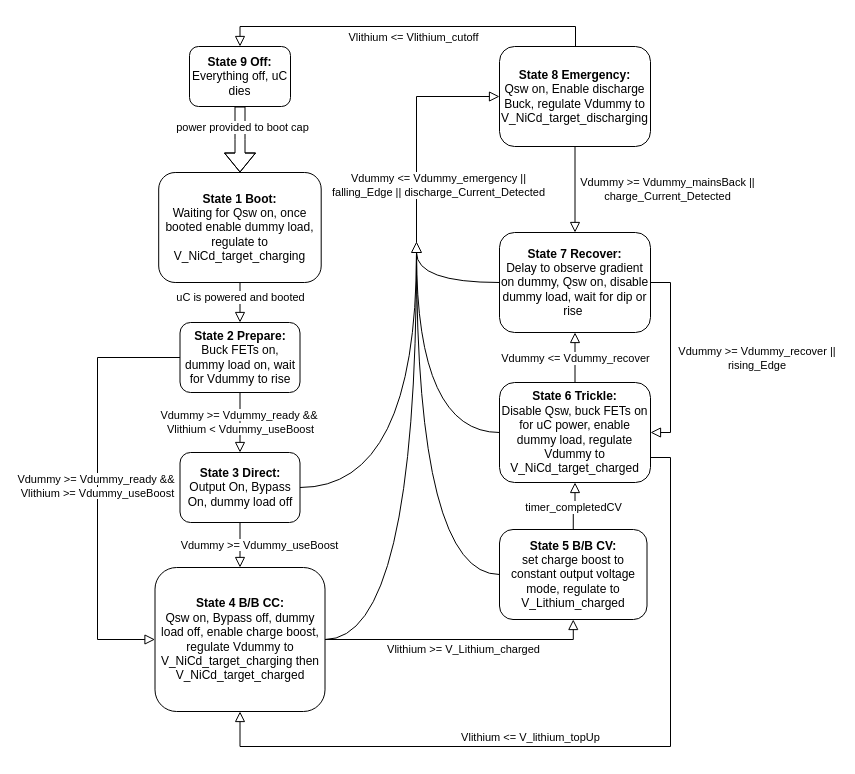
Before: 202IntefaceFlowchart_CV.drawio in BStainthorpe/Flowcharts, a draw.io diagram. Source tidied: cells renumbered, new cells numbered last; positions are measured from the earlier drawing's top-left corner, leaving out a move shared by most shapes. Both pictures are drawn from the tidied source at 100%, with x=0, y=0 at pixel (97, 26).
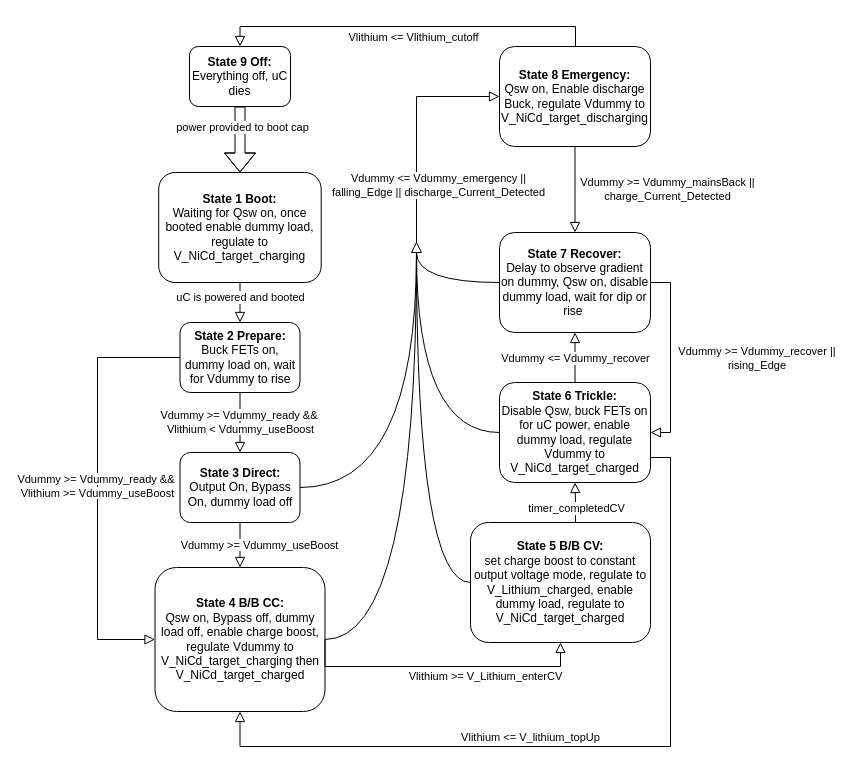
The same diagram, later.

Unchanged cells that the change refers to:
```xml
<mxCell id="9" value="&lt;b&gt;State 4 B/B CC:&lt;/b&gt;&lt;div&gt;Qsw on, Bypass off, dummy load off, enable charge boost, regulate Vdummy to V_NiCd_target_charging then V_NiCd_target_charged&lt;/div&gt;" style="rounded=1;whiteSpace=wrap;html=1;fontSize=12;glass=0;strokeWidth=1;shadow=0;" parent="1" vertex="1">
  <mxGeometry x="57.5" y="541" width="170" height="144" as="geometry" />
</mxCell>
<mxCell id="12" value="&lt;b&gt;State 6 Trickle:&lt;/b&gt;&lt;div&gt;Disable Qsw, buck FETs on for uC power, enable dummy load, regulate Vdummy to V_NiCd_target_charged&lt;/div&gt;" style="rounded=1;whiteSpace=wrap;html=1;fontSize=12;glass=0;strokeWidth=1;shadow=0;" parent="1" vertex="1">
  <mxGeometry x="402" y="356" width="151" height="100" as="geometry" />
</mxCell>
```

Diff of the diagram source:
```diff
@@
-    <mxCell id="10" value="&lt;b&gt;State 5 B/B CV:&lt;/b&gt;&lt;div&gt;set charge boost to constant output voltage mode, regulate to V_Lithium_charged&lt;/div&gt;" style="rounded=1;whiteSpace=wrap;html=1;fontSize=12;glass=0;strokeWidth=1;shadow=0;" parent="1" vertex="1">
-      <mxGeometry x="402" y="503" width="147.5" height="90" as="geometry" />
+    <mxCell id="10" value="&lt;b&gt;State 5 B/B CV:&lt;/b&gt;&lt;div&gt;set charge boost to constant output voltage mode, regulate to V_Lithium_charged, enable dummy load, regulate to V_NiCd_target_charged&lt;/div&gt;" style="rounded=1;whiteSpace=wrap;html=1;fontSize=12;glass=0;strokeWidth=1;shadow=0;" parent="1" vertex="1">
+      <mxGeometry x="373" y="496" width="180" height="120" as="geometry" />
     </mxCell>
-    <mxCell id="11" value="&lt;span style=&quot;background-color: rgb(255, 255, 255);&quot;&gt;Vlithium &amp;gt;= V_Lithium_charged&lt;/span&gt;" style="rounded=0;html=1;jettySize=auto;fontSize=11;endArrow=block;endFill=0;endSize=8;strokeWidth=1;shadow=0;labelBackgroundColor=none;edgeStyle=orthogonalEdgeStyle;exitX=1;exitY=0.5;exitDx=0;exitDy=0;entryX=0.5;entryY=1;entryDx=0;entryDy=0;" parent="1" edge="1" source="9" target="10">
-      <mxGeometry x="0.03" y="-10" relative="1" as="geometry">
+    <mxCell id="11" value="&lt;span style=&quot;background-color: rgb(255, 255, 255);&quot;&gt;Vlithium &amp;gt;= V_Lithium_enterCV&lt;/span&gt;" style="rounded=0;html=1;jettySize=auto;fontSize=11;endArrow=block;endFill=0;endSize=8;strokeWidth=1;shadow=0;labelBackgroundColor=none;edgeStyle=orthogonalEdgeStyle;exitX=1;exitY=0.5;exitDx=0;exitDy=0;entryX=0.5;entryY=1;entryDx=0;entryDy=0;" parent="1" edge="1" source="9" target="10">
+      <mxGeometry x="0.3" y="-10" relative="1" as="geometry">
         <Array as="points">
-          <mxPoint x="476" y="613" />
+          <mxPoint x="228" y="640" />
+          <mxPoint x="463" y="640" />
         </Array>
+        <mxPoint x="1" as="offset" />
       </mxGeometry>
     </mxCell>
@@
     <mxCell id="13" style="rounded=0;html=1;jettySize=auto;fontSize=11;endArrow=block;endFill=0;endSize=8;strokeWidth=1;shadow=0;labelBackgroundColor=none;edgeStyle=orthogonalEdgeStyle;exitX=0.5;exitY=0;exitDx=0;exitDy=0;entryX=0.5;entryY=1;entryDx=0;entryDy=0;" parent="1" edge="1" source="10" target="12">
-      <mxGeometry x="0.04" y="20" relative="1" as="geometry" />
+      <mxGeometry x="0.04" y="20" relative="1" as="geometry">
+        <Array as="points">
+          <mxPoint x="478" y="496" />
+          <mxPoint x="478" y="476" />
+        </Array>
+      </mxGeometry>
     </mxCell>
     <mxCell id="14" value="timer_completedCV" style="edgeLabel;html=1;align=center;verticalAlign=middle;" parent="13" vertex="1">
-      <mxGeometry x="-0.04" relative="1" as="geometry" />
+      <mxGeometry x="-0.04" relative="1" as="geometry">
+        <mxPoint y="-4" as="offset" />
+      </mxGeometry>
     </mxCell>
```
